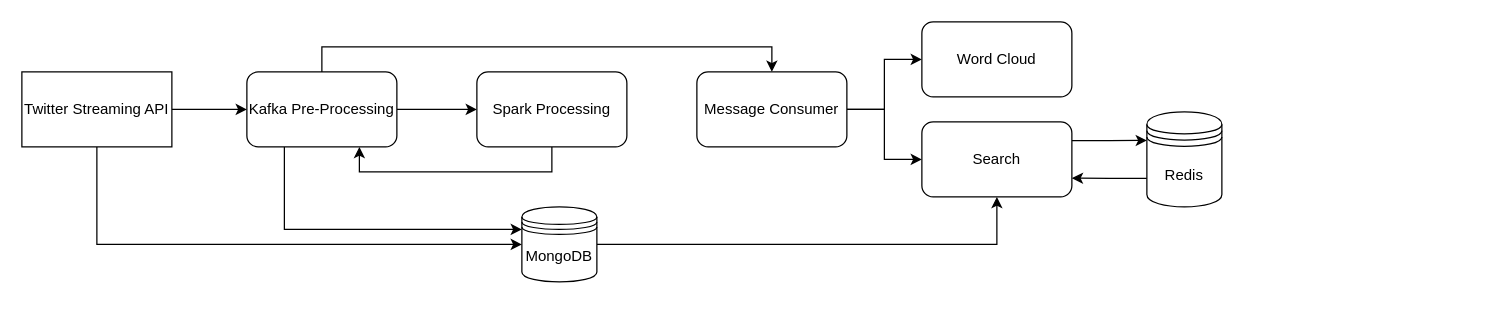
This is Untitled Diagram.drawio from lzy00codeforfun/Streaming_Analysis, a draw.io file, before an edit. Source tidied: cells renumbered, new cells numbered last; positions are measured from the earlier drawing's top-left corner, leaving out a move shared by most shapes. Both pictures are drawn from the tidied source at 125%, with x=0, y=0 at pixel (21, 21).
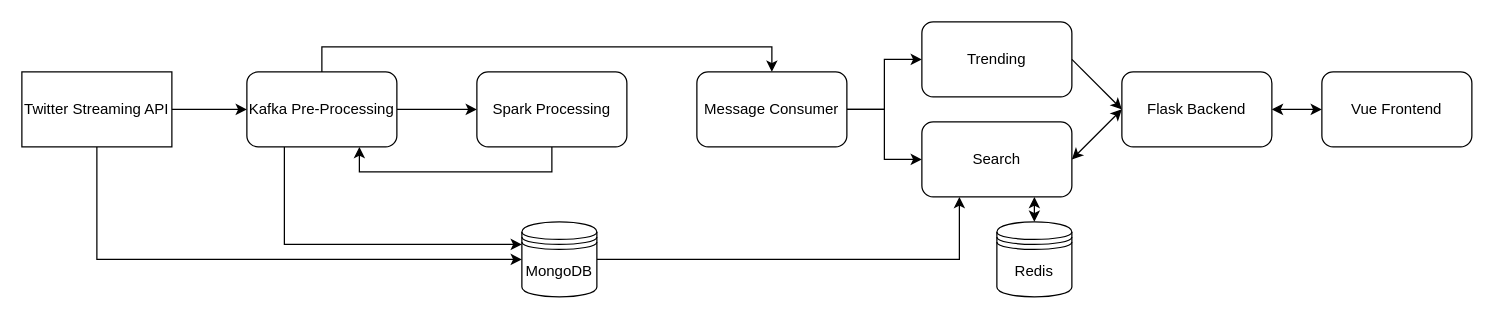
After the change.

Unchanged cells that the change refers to:
```xml
<mxCell id="5" value="Kafka Pre-Processing" style="rounded=1;whiteSpace=wrap;html=1;" parent="1" vertex="1">
  <mxGeometry x="180" y="40" width="120" height="60" as="geometry" />
</mxCell>
<mxCell id="7" value="Spark Processing" style="rounded=1;whiteSpace=wrap;html=1;" parent="1" vertex="1">
  <mxGeometry x="364" y="40" width="120" height="60" as="geometry" />
</mxCell>
<mxCell id="18" value="Search" style="rounded=1;whiteSpace=wrap;html=1;" parent="1" vertex="1">
  <mxGeometry x="720" y="80" width="120" height="60" as="geometry" />
</mxCell>
```

Diff of the diagram source:
```diff
@@
     <mxCell id="6" style="edgeStyle=orthogonalEdgeStyle;rounded=0;jettySize=auto;html=1;exitX=0.5;exitY=1;exitDx=0;exitDy=0;entryX=0.75;entryY=1;entryDx=0;entryDy=0;shadow=0;strokeColor=#000000;fillColor=#000000;" parent="1" edge="1" source="7" target="5">
-      <mxGeometry relative="1" as="geometry" />
+      <mxGeometry relative="1" as="geometry">
+        <Array as="points">
+          <mxPoint x="424" y="120" />
+          <mxPoint x="270" y="120" />
+        </Array>
+      </mxGeometry>
     </mxCell>
@@
-    <mxCell id="11" style="edgeStyle=orthogonalEdgeStyle;rounded=0;jettySize=auto;html=1;exitX=1;exitY=0.5;exitDx=0;exitDy=0;entryX=0.5;entryY=1;entryDx=0;entryDy=0;shadow=0;strokeColor=#000000;fillColor=#000000;" parent="1" edge="1" source="12" target="18">
+    <mxCell id="11" style="edgeStyle=orthogonalEdgeStyle;rounded=0;jettySize=auto;html=1;exitX=1;exitY=0.5;exitDx=0;exitDy=0;entryX=0.25;entryY=1;entryDx=0;entryDy=0;shadow=0;strokeColor=#000000;fillColor=#000000;" parent="1" edge="1" source="12" target="18">
       <mxGeometry relative="1" as="geometry" />
     </mxCell>
     <mxCell id="12" value="MongoDB" style="shape=datastore;whiteSpace=wrap;html=1;" parent="1" vertex="1">
-      <mxGeometry x="400" y="148" width="60" height="60" as="geometry" />
+      <mxGeometry x="400" y="160" width="60" height="60" as="geometry" />
     </mxCell>
@@
-    <mxCell id="16" value="Word Cloud" style="rounded=1;whiteSpace=wrap;html=1;" parent="1" vertex="1">
+    <mxCell id="16" value="Trending" style="rounded=1;whiteSpace=wrap;html=1;" parent="1" vertex="1">
       <mxGeometry x="720" width="120" height="60" as="geometry" />
     </mxCell>
-    <mxCell id="17" style="edgeStyle=orthogonalEdgeStyle;rounded=0;jettySize=auto;html=1;exitX=1;exitY=0.25;exitDx=0;exitDy=0;entryX=0;entryY=0.3;entryDx=0;entryDy=0;shadow=0;strokeColor=#000000;fillColor=#000000;" parent="1" edge="1" source="18" target="20">
-      <mxGeometry relative="1" as="geometry" />
-    </mxCell>
@@
+    <mxCell id="20" value="Redis" style="shape=datastore;whiteSpace=wrap;html=1;" parent="1" vertex="1">
+      <mxGeometry x="780" y="160" width="60" height="60" as="geometry" />
+    </mxCell>
-    <mxCell id="19" style="edgeStyle=orthogonalEdgeStyle;rounded=0;jettySize=auto;html=1;exitX=0;exitY=0.7;exitDx=0;exitDy=0;entryX=1;entryY=0.75;entryDx=0;entryDy=0;shadow=0;strokeColor=#000000;fillColor=#000000;" parent="1" edge="1" source="20" target="18">
+    <mxCell id="19" style="endArrow=classic;startArrow=classic;html=1;rounded=0;shadow=0;strokeColor=#000000;fillColor=#000000;entryX=0.75;entryY=1;entryDx=0;entryDy=0;exitX=0.5;exitY=0;exitDx=0;exitDy=0;" parent="1" edge="1" source="20" target="18">
       <mxGeometry relative="1" as="geometry" />
     </mxCell>
-    <mxCell id="20" value="Redis" style="shape=datastore;whiteSpace=wrap;html=1;" parent="1" vertex="1">
-      <mxGeometry x="900" y="72" width="60" height="76" as="geometry" />
-    </mxCell>
+    <mxCell id="21" value="Flask Backend" style="rounded=1;whiteSpace=wrap;html=1;" parent="1" vertex="1">
+      <mxGeometry x="880" y="40" width="120" height="60" as="geometry" />
+    </mxCell>
+    <mxCell id="22" style="endArrow=classic;startArrow=classic;html=1;rounded=0;shadow=0;strokeColor=#000000;fillColor=#000000;entryX=0;entryY=0.5;entryDx=0;entryDy=0;exitX=1;exitY=0.5;exitDx=0;exitDy=0;" parent="1" edge="1" source="18" target="21">
+      <mxGeometry relative="1" as="geometry" />
+    </mxCell>
+    <mxCell id="23" style="endArrow=classic;html=1;rounded=0;shadow=0;strokeColor=#000000;fillColor=#000000;exitX=1;exitY=0.5;exitDx=0;exitDy=0;entryX=0;entryY=0.5;entryDx=0;entryDy=0;" parent="1" edge="1" source="16" target="21">
+      <mxGeometry relative="1" as="geometry" />
+    </mxCell>
+    <mxCell id="24" value="Vue Frontend" style="rounded=1;whiteSpace=wrap;html=1;" parent="1" vertex="1">
+      <mxGeometry x="1040" y="40" width="120" height="60" as="geometry" />
+    </mxCell>
+    <mxCell id="25" style="endArrow=classic;startArrow=classic;html=1;rounded=0;shadow=0;strokeColor=#000000;fillColor=#000000;exitX=1;exitY=0.5;exitDx=0;exitDy=0;entryX=0;entryY=0.5;entryDx=0;entryDy=0;" parent="1" edge="1" source="21" target="24">
+      <mxGeometry relative="1" as="geometry" />
+    </mxCell>
```
